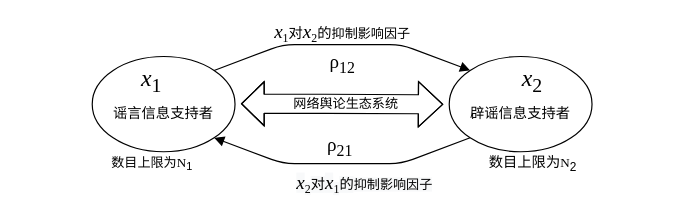
The draw.io diagram Untitled Diagram.drawio in Yn-Fun/ECG-ML-DL-Algorithm-Matlab, before the edit. Source tidied: cells renumbered, new cells numbered last; positions are measured from the earlier drawing's top-left corner, leaving out a move shared by most shapes. Both pictures are drawn from the tidied source at 119%, with x=0, y=0 at pixel (82, 20).
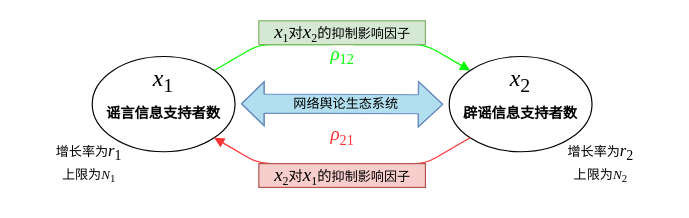
The same diagram, later.

Diff of the diagram source:
```diff
@@
+    <mxCell id="11" value="&lt;font face=&quot;Times New Roman&quot; color=&quot;#00ff00&quot;&gt;&lt;i style=&quot;font-size: 16px&quot;&gt;ρ&lt;/i&gt;&lt;sub&gt;&lt;font style=&quot;font-size: 12px&quot;&gt;12&lt;/font&gt;&lt;/sub&gt;&lt;/font&gt;" style="html=1;verticalAlign=bottom;endArrow=block;entryX=0;entryY=0;entryDx=0;entryDy=0;exitX=1;exitY=0;exitDx=0;exitDy=0;strokeColor=#00FF00;" parent="1" edge="1" source="2" target="3">
+      <mxGeometry y="-22" relative="1" as="geometry">
+        <Array as="points">
+          <mxPoint x="148" y="20" />
+          <mxPoint x="288" y="20" />
+        </Array>
+      </mxGeometry>
+    </mxCell>
-    <mxCell id="2" value="&lt;font face=&quot;Times New Roman&quot; style=&quot;font-size: 12px&quot;&gt;&lt;br&gt;谣言信息支持者&lt;br&gt;&lt;/font&gt;" style="ellipse;whiteSpace=wrap;html=1;" parent="1" vertex="1">
+    <mxCell id="2" value="&lt;font face=&quot;Times New Roman&quot; style=&quot;font-size: 12px&quot;&gt;&lt;b&gt;&lt;br&gt;谣言信息支持者数&lt;/b&gt;&lt;br&gt;&lt;/font&gt;" style="ellipse;whiteSpace=wrap;html=1;" parent="1" vertex="1">
       <mxGeometry x="8" y="30" width="120" height="80" as="geometry" />
     </mxCell>
-    <mxCell id="3" value="&lt;span style=&quot;font-family: &amp;#34;times new roman&amp;#34;&quot;&gt;&lt;br&gt;辟谣信息支持者&lt;/span&gt;" style="ellipse;whiteSpace=wrap;html=1;" parent="1" vertex="1">
+    <mxCell id="3" value="&lt;span style=&quot;font-family: &amp;#34;times new roman&amp;#34;&quot;&gt;&lt;b&gt;&lt;br&gt;辟谣信息支持者数&lt;/b&gt;&lt;/span&gt;" style="ellipse;whiteSpace=wrap;html=1;" parent="1" vertex="1">
       <mxGeometry x="308" y="30" width="120" height="80" as="geometry" />
     </mxCell>
-    <mxCell id="4" style="shape=flexArrow;endArrow=classic;startArrow=classic;html=1;endWidth=21;endSize=6.47;width=16;" parent="1" edge="1">
+    <mxCell id="4" style="shape=flexArrow;endArrow=classic;startArrow=classic;html=1;endWidth=21;endSize=6.47;width=16;strokeColor=#6c8ebf;fillColor=#B1DFF0;" parent="1" edge="1">
       <mxGeometry relative="1" as="geometry">
         <mxPoint x="133" y="69.7" as="sourcePoint" />
         <mxPoint x="303" y="70.2" as="targetPoint" />
         <Array as="points">
           <mxPoint x="203" y="69.7" />
         </Array>
       </mxGeometry>
     </mxCell>
-    <mxCell id="5" value="网络舆论生态系统" style="edgeLabel;html=1;align=center;verticalAlign=middle;fontSize=11;" parent="4" vertex="1">
+    <mxCell id="5" value="网络舆论生态系统" style="edgeLabel;html=1;align=center;verticalAlign=middle;fontSize=11;labelBackgroundColor=#B1DFF0;" parent="4" vertex="1">
       <mxGeometry x="0.04" y="-3" relative="1" as="geometry">
         <mxPoint y="-3" as="offset" />
       </mxGeometry>
     </mxCell>
     <mxCell id="6" value="&lt;font style=&quot;font-size: 20px&quot;&gt;&lt;span style=&quot;font-family: &amp;#34;times new roman&amp;#34;&quot;&gt;&lt;i&gt;x&lt;/i&gt;&lt;/span&gt;&lt;sub style=&quot;font-family: &amp;#34;times new roman&amp;#34;&quot;&gt;1&lt;/sub&gt;&lt;/font&gt;" style="text;html=1;strokeColor=none;fillColor=none;align=center;verticalAlign=middle;whiteSpace=wrap;rounded=0;" parent="1" vertex="1">
-      <mxGeometry x="38" y="40" width="40" height="20" as="geometry" />
+      <mxGeometry x="48" y="40" width="40" height="20" as="geometry" />
     </mxCell>
     <mxCell id="7" value="&lt;font style=&quot;font-size: 20px&quot;&gt;&lt;span style=&quot;font-family: &amp;#34;times new roman&amp;#34;&quot;&gt;&lt;span&gt;&lt;i&gt;x&lt;/i&gt;&lt;/span&gt;&lt;span&gt;&lt;sub&gt;2&lt;/sub&gt;&lt;/span&gt;&lt;/span&gt;&lt;/font&gt;" style="text;html=1;strokeColor=none;fillColor=none;align=center;verticalAlign=middle;whiteSpace=wrap;rounded=0;" parent="1" vertex="1">
-      <mxGeometry x="358" y="40" width="40" height="20" as="geometry" />
+      <mxGeometry x="348" y="40" width="40" height="20" as="geometry" />
     </mxCell>
@@
-    <mxCell id="9" value="&lt;font style=&quot;font-size: 11px&quot;&gt;数目上限为&lt;font face=&quot;Times New Roman&quot;&gt;N&lt;/font&gt;&lt;sub&gt;1&lt;/sub&gt;&lt;/font&gt;" style="text;html=1;strokeColor=none;fillColor=none;align=center;verticalAlign=middle;whiteSpace=wrap;rounded=0;" parent="1" vertex="1">
-      <mxGeometry x="0.5" y="110" width="115" height="20" as="geometry" />
+    <mxCell id="9" value="&lt;font style=&quot;font-size: 11px&quot; face=&quot;Times New Roman&quot;&gt;增长率为&lt;span style=&quot;font-size: 10.5pt&quot;&gt;&lt;i&gt;r&lt;/i&gt;&lt;/span&gt;&lt;span style=&quot;font-size: 10.5pt&quot;&gt;&lt;sub&gt;1&lt;/sub&gt;&lt;/span&gt;&lt;br&gt;上限为&lt;i&gt;N&lt;/i&gt;&lt;sub&gt;1&lt;/sub&gt;&lt;/font&gt;" style="text;html=1;strokeColor=none;fillColor=none;align=center;verticalAlign=middle;whiteSpace=wrap;rounded=0;" parent="1" vertex="1">
+      <mxGeometry x="-52" y="110" width="115" height="20" as="geometry" />
     </mxCell>
-    <mxCell id="10" value="数目上限为&lt;font face=&quot;Times New Roman&quot; style=&quot;font-size: 11px&quot;&gt;N&lt;/font&gt;&lt;sub&gt;2&lt;/sub&gt;" style="text;html=1;strokeColor=none;fillColor=none;align=center;verticalAlign=middle;whiteSpace=wrap;rounded=0;" parent="1" vertex="1">
-      <mxGeometry x="320.5" y="110" width="115" height="20" as="geometry" />
-    </mxCell>
-    <mxCell id="11" value="&lt;font face=&quot;Times New Roman&quot; style=&quot;font-size: 16px&quot;&gt;ρ&lt;sub&gt;12&lt;/sub&gt;&lt;/font&gt;" style="html=1;verticalAlign=bottom;endArrow=block;entryX=0;entryY=0;entryDx=0;entryDy=0;exitX=1;exitY=0;exitDx=0;exitDy=0;" parent="1" edge="1" source="2" target="3">
-      <mxGeometry y="-30" relative="1" as="geometry">
-        <Array as="points">
-          <mxPoint x="168" y="20" />
-          <mxPoint x="268" y="20" />
-        </Array>
-      </mxGeometry>
-    </mxCell>
-    <mxCell id="12" value="&lt;font face=&quot;Times New Roman&quot; style=&quot;font-size: 16px&quot;&gt;ρ&lt;sub&gt;21&lt;/sub&gt;&lt;/font&gt;" style="html=1;verticalAlign=bottom;endArrow=block;exitX=0;exitY=1;exitDx=0;exitDy=0;entryX=1;entryY=1;entryDx=0;entryDy=0;" parent="1" edge="1" source="3" target="2">
-      <mxGeometry x="0.02" relative="1" as="geometry">
+    <mxCell id="12" value="&lt;font face=&quot;Times New Roman&quot; color=&quot;#ff3333&quot;&gt;&lt;i&gt;&lt;font style=&quot;font-size: 16px&quot;&gt;ρ&lt;/font&gt;&lt;/i&gt;&lt;sub&gt;&lt;font style=&quot;font-size: 12px&quot;&gt;21&lt;/font&gt;&lt;/sub&gt;&lt;/font&gt;" style="html=1;verticalAlign=bottom;endArrow=block;exitX=0;exitY=1;exitDx=0;exitDy=0;entryX=1;entryY=1;entryDx=0;entryDy=0;fillColor=#f8cecc;strokeColor=#FF3333;strokeWidth=1;" parent="1" edge="1" source="3" target="2">
+      <mxGeometry y="-10" relative="1" as="geometry">
         <Array as="points">
-          <mxPoint x="268" y="120" />
-          <mxPoint x="168" y="120" />
+          <mxPoint x="288" y="120" />
+          <mxPoint x="148" y="120" />
         </Array>
       </mxGeometry>
     </mxCell>
-    <mxCell id="13" value="&lt;span style=&quot;font-size: 16px ; font-family: &amp;#34;times new roman&amp;#34;&quot;&gt;&lt;i&gt;x&lt;/i&gt;&lt;/span&gt;&lt;sub style=&quot;font-family: &amp;#34;times new roman&amp;#34;&quot;&gt;1&lt;/sub&gt;&lt;span style=&quot;font-family: &amp;#34;times new roman&amp;#34;&quot;&gt;对&lt;/span&gt;&lt;span style=&quot;font-size: 16px ; font-family: &amp;#34;times new roman&amp;#34;&quot;&gt;&lt;i&gt;x&lt;/i&gt;&lt;/span&gt;&lt;sub style=&quot;font-family: &amp;#34;times new roman&amp;#34;&quot;&gt;2&lt;/sub&gt;&lt;span style=&quot;font-family: &amp;#34;times new roman&amp;#34;&quot;&gt;的&lt;/span&gt;&lt;span style=&quot;font-size: 11px ; text-align: left&quot;&gt;抑制影响因子&lt;/span&gt;" style="text;html=1;align=center;verticalAlign=middle;strokeColor=none;fontSize=12;" parent="1" vertex="1">
+    <mxCell id="13" value="&lt;span style=&quot;font-size: 16px ; font-family: &amp;#34;times new roman&amp;#34;&quot;&gt;&lt;i&gt;x&lt;/i&gt;&lt;/span&gt;&lt;sub style=&quot;font-family: &amp;#34;times new roman&amp;#34;&quot;&gt;1&lt;/sub&gt;&lt;span style=&quot;font-family: &amp;#34;times new roman&amp;#34;&quot;&gt;对&lt;/span&gt;&lt;span style=&quot;font-size: 16px ; font-family: &amp;#34;times new roman&amp;#34;&quot;&gt;&lt;i&gt;x&lt;/i&gt;&lt;/span&gt;&lt;sub style=&quot;font-family: &amp;#34;times new roman&amp;#34;&quot;&gt;2&lt;/sub&gt;&lt;span style=&quot;font-family: &amp;#34;times new roman&amp;#34;&quot;&gt;的&lt;/span&gt;&lt;span style=&quot;font-size: 11px ; text-align: left&quot;&gt;抑制影响因子&lt;/span&gt;" style="text;html=1;align=center;verticalAlign=middle;strokeColor=#82b366;fontSize=12;fillColor=#d5e8d4;" parent="1" vertex="1">
       <mxGeometry x="148" width="140" height="20" as="geometry" />
     </mxCell>
-    <mxCell id="14" value="&lt;span style=&quot;color: rgb(0 , 0 , 0) ; font-style: normal ; font-weight: 400 ; letter-spacing: normal ; text-indent: 0px ; text-transform: none ; word-spacing: 0px ; background-color: rgb(248 , 249 , 250) ; font-size: 16px ; text-align: center ; font-family: &amp;#34;times new roman&amp;#34;&quot;&gt;&lt;i&gt;x&lt;/i&gt;&lt;/span&gt;&lt;sub style=&quot;color: rgb(0 , 0 , 0) ; font-style: normal ; font-weight: 400 ; letter-spacing: normal ; text-indent: 0px ; text-transform: none ; word-spacing: 0px ; background-color: rgb(248 , 249 , 250) ; text-align: center ; font-family: &amp;#34;times new roman&amp;#34;&quot;&gt;2&lt;/sub&gt;&lt;span style=&quot;color: rgb(0 , 0 , 0) ; font-size: 12px ; font-style: normal ; font-weight: 400 ; letter-spacing: normal ; text-indent: 0px ; text-transform: none ; word-spacing: 0px ; background-color: rgb(248 , 249 , 250) ; text-align: center ; font-family: &amp;#34;times new roman&amp;#34;&quot;&gt;对&lt;/span&gt;&lt;span style=&quot;color: rgb(0 , 0 , 0) ; font-style: normal ; font-weight: 400 ; letter-spacing: normal ; text-indent: 0px ; text-transform: none ; word-spacing: 0px ; background-color: rgb(248 , 249 , 250) ; font-size: 16px ; text-align: center ; font-family: &amp;#34;times new roman&amp;#34;&quot;&gt;&lt;i&gt;x&lt;/i&gt;&lt;/span&gt;&lt;sub style=&quot;color: rgb(0 , 0 , 0) ; font-style: normal ; font-weight: 400 ; letter-spacing: normal ; text-indent: 0px ; text-transform: none ; word-spacing: 0px ; background-color: rgb(248 , 249 , 250) ; text-align: center ; font-family: &amp;#34;times new roman&amp;#34;&quot;&gt;1&lt;/sub&gt;&lt;span style=&quot;color: rgb(0 , 0 , 0) ; font-size: 12px ; font-style: normal ; font-weight: 400 ; letter-spacing: normal ; text-indent: 0px ; text-transform: none ; word-spacing: 0px ; background-color: rgb(248 , 249 , 250) ; text-align: center ; font-family: &amp;#34;times new roman&amp;#34;&quot;&gt;的&lt;/span&gt;&lt;span style=&quot;color: rgb(0 , 0 , 0) ; font-family: &amp;#34;helvetica&amp;#34; ; font-size: 11px ; font-style: normal ; font-weight: 400 ; letter-spacing: normal ; text-align: left ; text-indent: 0px ; text-transform: none ; word-spacing: 0px ; background-color: rgb(248 , 249 , 250)&quot;&gt;抑制影响因子&lt;/span&gt;" style="text;whiteSpace=wrap;html=1;fontSize=12;" parent="1" vertex="1">
-      <mxGeometry x="178" y="120" width="150" height="20" as="geometry" />
+    <mxCell id="14" value="&lt;span style=&quot;font-size: 16px ; font-family: &amp;#34;times new roman&amp;#34;&quot;&gt;&lt;i&gt;x&lt;/i&gt;&lt;/span&gt;&lt;sub style=&quot;font-family: &amp;#34;times new roman&amp;#34;&quot;&gt;2&lt;/sub&gt;&lt;span style=&quot;font-family: &amp;#34;times new roman&amp;#34;&quot;&gt;对&lt;/span&gt;&lt;span style=&quot;font-size: 16px ; font-family: &amp;#34;times new roman&amp;#34;&quot;&gt;&lt;i&gt;x&lt;/i&gt;&lt;/span&gt;&lt;sub style=&quot;font-family: &amp;#34;times new roman&amp;#34;&quot;&gt;1&lt;/sub&gt;&lt;span style=&quot;font-family: &amp;#34;times new roman&amp;#34;&quot;&gt;的&lt;/span&gt;&lt;span style=&quot;font-size: 11px ; text-align: left&quot;&gt;抑制影响因子&lt;/span&gt;" style="text;html=1;align=center;verticalAlign=middle;strokeColor=#b85450;fontSize=12;fillColor=#f8cecc;" parent="1" vertex="1">
+      <mxGeometry x="148" y="120" width="140" height="20" as="geometry" />
     </mxCell>
+    <mxCell id="15" style="edgeStyle=none;orthogonalLoop=1;jettySize=auto;html=1;exitX=0.5;exitY=0;exitDx=0;exitDy=0;fontSize=11;endArrow=block;strokeColor=#00FF00;strokeWidth=1;fillColor=#B1DFF0;verticalAlign=bottom;" parent="1" edge="1" source="9" target="9">
+      <mxGeometry relative="1" as="geometry" />
+    </mxCell>
+    <mxCell id="16" value="&lt;font style=&quot;font-size: 11px&quot; face=&quot;Times New Roman&quot;&gt;增长率为&lt;span style=&quot;font-size: 10.5pt&quot;&gt;&lt;i&gt;r&lt;/i&gt;&lt;/span&gt;&lt;span style=&quot;font-size: 10.5pt&quot;&gt;&lt;sub&gt;2&lt;/sub&gt;&lt;/span&gt;&lt;br&gt;上限为&lt;i&gt;N&lt;/i&gt;&lt;sub&gt;2&lt;/sub&gt;&lt;/font&gt;" style="text;html=1;strokeColor=none;fillColor=none;align=center;verticalAlign=middle;whiteSpace=wrap;rounded=0;" parent="1" vertex="1">
+      <mxGeometry x="378" y="110" width="115" height="20" as="geometry" />
+    </mxCell>
```
